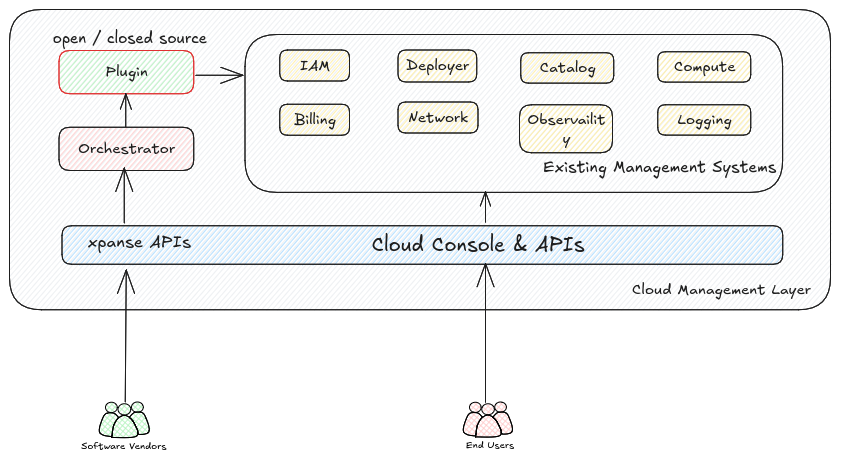
The Excalidraw diagram static/img/cloud-provider-integrated-mode-architecture.excalidraw.png in eclipse-xpanse/xpanse-website, before a commit. Source tidied: one line per element, renumbered; positions are measured from the earlier drawing's top-left corner, leaving out a move shared by most shapes. Its diagram source:
```json
{"id": 0, "type": "rectangle", "strokeColor": "#1e1e1e", "backgroundColor": "#e9ecef", "fillStyle": "hachure", "strokeWidth": 1, "roughness": 0, "round": true, "x": 0, "y": 0, "width": 821, "height": 300}
{"id": 1, "type": "rectangle", "strokeColor": "#1e1e1e", "backgroundColor": "#a5d8ff", "fillStyle": "hachure", "strokeWidth": 1, "roughness": 0, "round": true, "x": 52, "y": 216, "width": 721, "height": 39}
{"id": 2, "type": "text", "text": "xpanse APIs", "strokeColor": "#1e1e1e", "strokeWidth": 1, "roughness": 0, "fontSize": 16.74, "fontFamily": 5, "textAlign": "center", "x": 78, "y": 222, "width": 103, "height": 21}
{"id": 3, "type": "text", "text": "Cloud Console & APIs", "strokeColor": "#1e1e1e", "strokeWidth": 1, "roughness": 0, "fontSize": 20, "fontFamily": 5, "textAlign": "center", "x": 362, "y": 223, "width": 213, "height": 25}
{"id": 4, "type": "ellipse", "strokeColor": "#000000", "backgroundColor": "#b2f2bb", "fillStyle": "cross-hatch", "strokeWidth": 1, "roughness": 0, "x": 122, "y": 392, "width": 12, "height": 10}
{"id": 5, "type": "ellipse", "strokeColor": "#000000", "backgroundColor": "#b2f2bb", "fillStyle": "cross-hatch", "strokeWidth": 1, "roughness": 0, "x": 96, "y": 393, "width": 12, "height": 10}
{"id": 6, "type": "line", "strokeColor": "#000000", "backgroundColor": "#b2f2bb", "fillStyle": "cross-hatch", "strokeWidth": 1, "roughness": 0, "round": true, "x": 102, "y": 428, "width": 25, "height": 22, "points": [[0, 0], [3, -15], [12, -22], [21, -16], [25, -2], [0, 0]]}
{"id": 7, "type": "ellipse", "strokeColor": "#000000", "backgroundColor": "#b2f2bb", "fillStyle": "cross-hatch", "strokeWidth": 1, "roughness": 0, "x": 109, "y": 394, "width": 13, "height": 11}
{"id": 8, "type": "line", "strokeColor": "#000000", "backgroundColor": "#b2f2bb", "fillStyle": "cross-hatch", "strokeWidth": 1, "roughness": 0, "round": true, "x": 120, "y": 408, "width": 20, "height": 22, "points": [[0, 0], [3, -3], [6, -5], [10, -5], [13, -5], [15, -2], [17, 1], [18, 5], [20, 9], [20, 12], [20, 15], [18, 16], [15, 17], [11, 17], [9, 17], [9, 13], [8, 11], [6, 8], [4, 3], [0, 0]]}
{"id": 9, "type": "line", "strokeColor": "#000000", "backgroundColor": "#b2f2bb", "fillStyle": "cross-hatch", "strokeWidth": 1, "roughness": 0, "round": true, "x": 109, "y": 408, "width": 19, "height": 23, "points": [[0, 0], [-2, -3], [-5, -4], [-10, -5], [-13, -4], [-15, -1], [-16, 2], [-18, 5], [-19, 9], [-19, 12], [-19, 15], [-17, 17], [-15, 18], [-11, 19], [-7, 19], [-6, 15], [-6, 12], [-5, 9], [-3, 4], [0, 0]]}
{"id": 10, "type": "text", "text": "\nSoftware Vendors", "strokeColor": "#000000", "backgroundColor": "#b2f2bb", "fillStyle": "solid", "strokeWidth": 1, "roughness": 0, "fontSize": 9.83, "fontFamily": 5, "textAlign": "center", "x": 71, "y": 418, "width": 86, "height": 25}
{"id": 11, "type": "ellipse", "strokeColor": "#000000", "backgroundColor": "#ffc9c9", "fillStyle": "cross-hatch", "strokeWidth": 1, "roughness": 0, "x": 485, "y": 392, "width": 12, "height": 10}
{"id": 12, "type": "ellipse", "strokeColor": "#000000", "backgroundColor": "#ffc9c9", "fillStyle": "cross-hatch", "strokeWidth": 1, "roughness": 0, "x": 460, "y": 393, "width": 12, "height": 10}
{"id": 13, "type": "line", "strokeColor": "#000000", "backgroundColor": "#ffc9c9", "fillStyle": "cross-hatch", "strokeWidth": 1, "roughness": 0, "round": true, "x": 466, "y": 427, "width": 25, "height": 22, "points": [[0, 0], [3, -15], [12, -22], [21, -16], [25, -2], [0, 0]]}
{"id": 14, "type": "ellipse", "strokeColor": "#000000", "backgroundColor": "#ffc9c9", "fillStyle": "cross-hatch", "strokeWidth": 1, "roughness": 0, "x": 472, "y": 394, "width": 13, "height": 11}
{"id": 15, "type": "line", "strokeColor": "#000000", "backgroundColor": "#ffc9c9", "fillStyle": "cross-hatch", "strokeWidth": 1, "roughness": 0, "round": true, "x": 483, "y": 408, "width": 20, "height": 22, "points": [[0, 0], [3, -3], [6, -5], [10, -5], [13, -4], [15, -2], [17, 1], [18, 5], [19, 8], [20, 11], [19, 15], [17, 16], [15, 17], [11, 17], [9, 16], [8, 13], [8, 11], [6, 8], [4, 3], [0, 0]]}
{"id": 16, "type": "line", "strokeColor": "#000000", "backgroundColor": "#ffc9c9", "fillStyle": "cross-hatch", "strokeWidth": 1, "roughness": 0, "round": true, "x": 473, "y": 408, "width": 19, "height": 23, "points": [[0, 0], [-2, -3], [-5, -4], [-9, -4], [-12, -4], [-15, -1], [-16, 2], [-17, 5], [-19, 9], [-19, 12], [-19, 15], [-17, 17], [-14, 18], [-11, 19], [-7, 19], [-6, 14], [-6, 12], [-5, 9], [-3, 4], [0, 0]]}
{"id": 17, "type": "text", "text": "End Users", "strokeColor": "#000000", "backgroundColor": "#ffc9c9", "fillStyle": "solid", "strokeWidth": 1, "roughness": 0, "fontSize": 9.68, "fontFamily": 5, "textAlign": "center", "x": 456, "y": 429, "width": 49, "height": 12}
{"id": 18, "type": "rectangle", "strokeColor": "#1e1e1e", "backgroundColor": "#ffc9c9", "fillStyle": "hachure", "strokeWidth": 1, "roughness": 0, "round": true, "x": 49, "y": 118, "width": 135, "height": 43}
{"id": 19, "type": "text", "text": "Orchestrator", "strokeColor": "#1e1e1e", "strokeWidth": 2, "roughness": 0, "fontSize": 15.08, "fontFamily": 5, "textAlign": "center", "verticalAlign": "middle", "inside": 18, "x": 68, "y": 130, "width": 98, "height": 19}
{"id": 20, "type": "rectangle", "strokeColor": "#e03131", "backgroundColor": "#b2f2bb", "fillStyle": "hachure", "strokeWidth": 1, "roughness": 0, "round": true, "x": 49, "y": 41, "width": 135, "height": 43}
{"id": 21, "type": "text", "text": "Plugin", "strokeColor": "#1e1e1e", "strokeWidth": 2, "roughness": 0, "fontSize": 15.08, "fontFamily": 5, "textAlign": "center", "verticalAlign": "middle", "inside": 20, "x": 96, "y": 53, "width": 42, "height": 19}
{"id": 22, "type": "rectangle", "strokeColor": "#1e1e1e", "strokeWidth": 1, "roughness": 0, "round": true, "x": 235, "y": 25, "width": 538, "height": 158}
{"id": 23, "type": "rectangle", "strokeColor": "#1e1e1e", "backgroundColor": "#ffec99", "fillStyle": "hachure", "strokeWidth": 1, "roughness": 0, "round": true, "x": 270, "y": 41, "width": 70, "height": 31}
{"id": 24, "type": "text", "text": "IAM", "strokeColor": "#1e1e1e", "strokeWidth": 2, "roughness": 0, "fontSize": 15.08, "fontFamily": 5, "textAlign": "center", "verticalAlign": "middle", "inside": 23, "x": 290, "y": 47, "width": 30, "height": 19}
{"id": 25, "type": "rectangle", "strokeColor": "#1e1e1e", "backgroundColor": "#ffec99", "fillStyle": "hachure", "strokeWidth": 1, "roughness": 0, "round": true, "x": 270, "y": 95, "width": 70, "height": 31}
{"id": 26, "type": "text", "text": "Billing", "strokeColor": "#1e1e1e", "strokeWidth": 2, "roughness": 0, "fontSize": 15.08, "fontFamily": 5, "textAlign": "center", "verticalAlign": "middle", "inside": 25, "x": 284, "y": 101, "width": 42, "height": 19}
{"id": 27, "type": "rectangle", "strokeColor": "#1e1e1e", "backgroundColor": "#ffec99", "fillStyle": "hachure", "strokeWidth": 1, "roughness": 0, "round": true, "x": 388, "y": 41, "width": 79, "height": 32}
{"id": 28, "type": "text", "text": "Deployer", "strokeColor": "#1e1e1e", "strokeWidth": 2, "roughness": 0, "fontSize": 15.08, "fontFamily": 5, "textAlign": "center", "verticalAlign": "middle", "inside": 27, "x": 396, "y": 47, "width": 64, "height": 19}
{"id": 29, "type": "rectangle", "strokeColor": "#1e1e1e", "backgroundColor": "#ffec99", "fillStyle": "hachure", "strokeWidth": 1, "roughness": 0, "round": true, "x": 388, "y": 92, "width": 80, "height": 31}
{"id": 30, "type": "text", "text": "Network", "strokeColor": "#1e1e1e", "strokeWidth": 2, "roughness": 0, "fontSize": 15.08, "fontFamily": 5, "textAlign": "center", "verticalAlign": "middle", "inside": 29, "x": 399, "y": 98, "width": 60, "height": 19}
{"id": 31, "type": "arrow", "strokeColor": "#1e1e1e", "strokeWidth": 1, "roughness": 0, "endArrowhead": "arrow", "round": true, "x": 116, "y": 117, "width": 0, "height": 33, "points": [[0, 0], [0, -33]]}
{"id": 32, "type": "arrow", "strokeColor": "#1e1e1e", "strokeWidth": 1, "roughness": 0, "endArrowhead": "arrow", "round": true, "to": 3, "x": 476, "y": 393, "width": 0, "height": 139, "points": [[0, 0], [0, -139]]}
{"id": 33, "type": "arrow", "strokeColor": "#1e1e1e", "strokeWidth": 1, "roughness": 0, "endArrowhead": "arrow", "round": true, "x": 186, "y": 66, "width": 47, "height": 0, "points": [[0, 0], [47, 0]]}
{"id": 34, "type": "text", "text": "Cloud Management Layer", "strokeColor": "#1e1e1e", "strokeWidth": 1, "roughness": 0, "fontSize": 15.08, "fontFamily": 5, "textAlign": "center", "x": 622, "y": 270, "width": 180, "height": 19}
{"id": 35, "type": "rectangle", "strokeColor": "#1e1e1e", "backgroundColor": "#ffec99", "fillStyle": "hachure", "strokeWidth": 1, "roughness": 0, "round": true, "x": 510, "y": 95, "width": 93, "height": 48}
{"id": 36, "type": "text", "text": "Observailit\ny", "strokeColor": "#1e1e1e", "strokeWidth": 2, "roughness": 0, "fontSize": 15.08, "fontFamily": 5, "textAlign": "center", "verticalAlign": "middle", "inside": 35, "x": 518, "y": 100, "width": 78, "height": 38}
{"id": 37, "type": "rectangle", "strokeColor": "#1e1e1e", "backgroundColor": "#ffec99", "fillStyle": "hachure", "strokeWidth": 1, "roughness": 0, "round": true, "x": 511, "y": 43, "width": 93, "height": 30}
{"id": 38, "type": "text", "text": "Catalog", "strokeColor": "#1e1e1e", "strokeWidth": 2, "roughness": 0, "fontSize": 15.08, "fontFamily": 5, "textAlign": "center", "verticalAlign": "middle", "inside": 37, "x": 530, "y": 49, "width": 56, "height": 19}
{"id": 39, "type": "rectangle", "strokeColor": "#1e1e1e", "backgroundColor": "#ffec99", "fillStyle": "hachure", "strokeWidth": 1, "roughness": 0, "round": true, "x": 648, "y": 42, "width": 93, "height": 30}
{"id": 40, "type": "text", "text": "Compute", "strokeColor": "#1e1e1e", "strokeWidth": 2, "roughness": 0, "fontSize": 15.08, "fontFamily": 5, "textAlign": "center", "verticalAlign": "middle", "inside": 39, "x": 664, "y": 48, "width": 62, "height": 19}
{"id": 41, "type": "rectangle", "strokeColor": "#1e1e1e", "backgroundColor": "#ffec99", "fillStyle": "hachure", "strokeWidth": 1, "roughness": 0, "round": true, "x": 648, "y": 95, "width": 93, "height": 30}
{"id": 42, "type": "text", "text": "Logging", "strokeColor": "#1e1e1e", "strokeWidth": 2, "roughness": 0, "fontSize": 15.08, "fontFamily": 5, "textAlign": "center", "verticalAlign": "middle", "inside": 41, "x": 668, "y": 101, "width": 54, "height": 19}
{"id": 43, "type": "arrow", "strokeColor": "#1e1e1e", "strokeWidth": 1, "roughness": 0, "endArrowhead": "arrow", "round": true, "x": 116, "y": 392, "width": 1, "height": 132, "points": [[0, 0], [1, -132]]}
{"id": 44, "type": "text", "text": "Existing Management Systems", "strokeColor": "#1e1e1e", "strokeWidth": 1, "roughness": 0, "fontSize": 16, "fontFamily": 5, "textAlign": "center", "x": 533, "y": 148, "width": 233, "height": 20}
{"id": 45, "type": "arrow", "strokeColor": "#1e1e1e", "strokeWidth": 1, "roughness": 0, "endArrowhead": "arrow", "round": true, "x": 476, "y": 213, "width": 0, "height": 30, "points": [[0, 0], [0, -30]]}
{"id": 46, "type": "arrow", "strokeColor": "#1e1e1e", "strokeWidth": 1, "roughness": 0, "endArrowhead": "arrow", "round": true, "x": 115, "y": 213, "width": 0, "height": 55, "points": [[0, 0], [0, -55]]}
{"id": 47, "type": "text", "text": "open / closed source", "strokeColor": "#1e1e1e", "backgroundColor": "#e9ecef", "fillStyle": "hachure", "strokeWidth": 1, "roughness": 0, "fontSize": 15.26, "fontFamily": 5, "textAlign": "center", "x": 43, "y": 20, "width": 154, "height": 19}
```
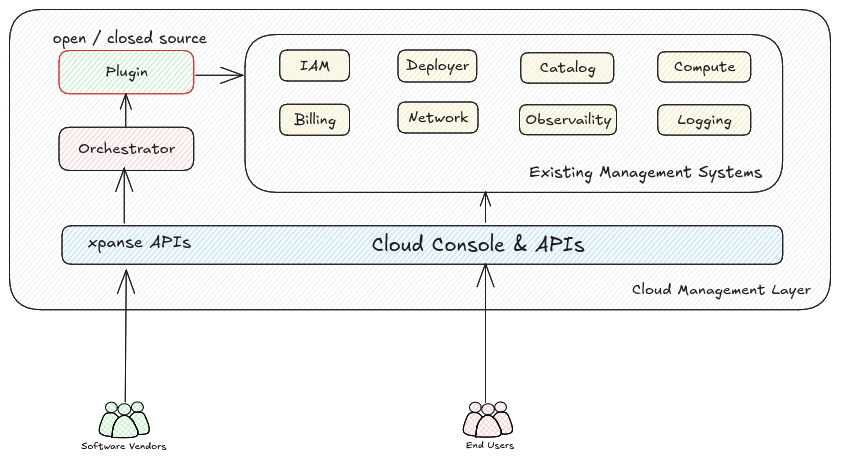
Above is the later version.

What changed in the source:
```diff
@@ -33,8 +33,8 @@
 {"id": 32, "type": "arrow", "strokeColor": "#1e1e1e", "strokeWidth": 1, "roughness": 0, "endArrowhead": "arrow", "round": true, "to": 3, "x": 476, "y": 393, "width": 0, "height": 139, "points": [[0, 0], [0, -139]]}
 {"id": 33, "type": "arrow", "strokeColor": "#1e1e1e", "strokeWidth": 1, "roughness": 0, "endArrowhead": "arrow", "round": true, "x": 186, "y": 66, "width": 47, "height": 0, "points": [[0, 0], [47, 0]]}
 {"id": 34, "type": "text", "text": "Cloud Management Layer", "strokeColor": "#1e1e1e", "strokeWidth": 1, "roughness": 0, "fontSize": 15.08, "fontFamily": 5, "textAlign": "center", "x": 622, "y": 270, "width": 180, "height": 19}
-{"id": 35, "type": "rectangle", "strokeColor": "#1e1e1e", "backgroundColor": "#ffec99", "fillStyle": "hachure", "strokeWidth": 1, "roughness": 0, "round": true, "x": 510, "y": 95, "width": 93, "height": 48}
+{"id": 35, "type": "rectangle", "strokeColor": "#1e1e1e", "backgroundColor": "#ffec99", "fillStyle": "hachure", "strokeWidth": 1, "roughness": 0, "round": true, "x": 510, "y": 95, "width": 97, "height": 30}
-{"id": 36, "type": "text", "text": "Observailit\ny", "strokeColor": "#1e1e1e", "strokeWidth": 2, "roughness": 0, "fontSize": 15.08, "fontFamily": 5, "textAlign": "center", "verticalAlign": "middle", "inside": 35, "x": 518, "y": 100, "width": 78, "height": 38}
+{"id": 36, "type": "text", "text": "Observaility", "strokeColor": "#1e1e1e", "strokeWidth": 2, "roughness": 0, "fontSize": 15.08, "fontFamily": 5, "textAlign": "center", "verticalAlign": "middle", "inside": 35, "x": 515, "y": 101, "width": 87, "height": 19}
 {"id": 37, "type": "rectangle", "strokeColor": "#1e1e1e", "backgroundColor": "#ffec99", "fillStyle": "hachure", "strokeWidth": 1, "roughness": 0, "round": true, "x": 511, "y": 43, "width": 93, "height": 30}
 {"id": 38, "type": "text", "text": "Catalog", "strokeColor": "#1e1e1e", "strokeWidth": 2, "roughness": 0, "fontSize": 15.08, "fontFamily": 5, "textAlign": "center", "verticalAlign": "middle", "inside": 37, "x": 530, "y": 49, "width": 56, "height": 19}
 {"id": 39, "type": "rectangle", "strokeColor": "#1e1e1e", "backgroundColor": "#ffec99", "fillStyle": "hachure", "strokeWidth": 1, "roughness": 0, "round": true, "x": 648, "y": 42, "width": 93, "height": 30}
@@ -42,7 +42,7 @@
 {"id": 41, "type": "rectangle", "strokeColor": "#1e1e1e", "backgroundColor": "#ffec99", "fillStyle": "hachure", "strokeWidth": 1, "roughness": 0, "round": true, "x": 648, "y": 95, "width": 93, "height": 30}
 {"id": 42, "type": "text", "text": "Logging", "strokeColor": "#1e1e1e", "strokeWidth": 2, "roughness": 0, "fontSize": 15.08, "fontFamily": 5, "textAlign": "center", "verticalAlign": "middle", "inside": 41, "x": 668, "y": 101, "width": 54, "height": 19}
 {"id": 43, "type": "arrow", "strokeColor": "#1e1e1e", "strokeWidth": 1, "roughness": 0, "endArrowhead": "arrow", "round": true, "x": 116, "y": 392, "width": 1, "height": 132, "points": [[0, 0], [1, -132]]}
-{"id": 44, "type": "text", "text": "Existing Management Systems", "strokeColor": "#1e1e1e", "strokeWidth": 1, "roughness": 0, "fontSize": 16, "fontFamily": 5, "textAlign": "center", "x": 533, "y": 148, "width": 233, "height": 20}
+{"id": 44, "type": "text", "text": "Existing Management Systems", "strokeColor": "#1e1e1e", "strokeWidth": 1, "roughness": 0, "fontSize": 16, "fontFamily": 5, "textAlign": "center", "x": 519, "y": 153, "width": 233, "height": 20}
 {"id": 45, "type": "arrow", "strokeColor": "#1e1e1e", "strokeWidth": 1, "roughness": 0, "endArrowhead": "arrow", "round": true, "x": 476, "y": 213, "width": 0, "height": 30, "points": [[0, 0], [0, -30]]}
 {"id": 46, "type": "arrow", "strokeColor": "#1e1e1e", "strokeWidth": 1, "roughness": 0, "endArrowhead": "arrow", "round": true, "x": 115, "y": 213, "width": 0, "height": 55, "points": [[0, 0], [0, -55]]}
 {"id": 47, "type": "text", "text": "open / closed source", "strokeColor": "#1e1e1e", "backgroundColor": "#e9ecef", "fillStyle": "hachure", "strokeWidth": 1, "roughness": 0, "fontSize": 15.26, "fontFamily": 5, "textAlign": "center", "x": 43, "y": 20, "width": 154, "height": 19}
```
